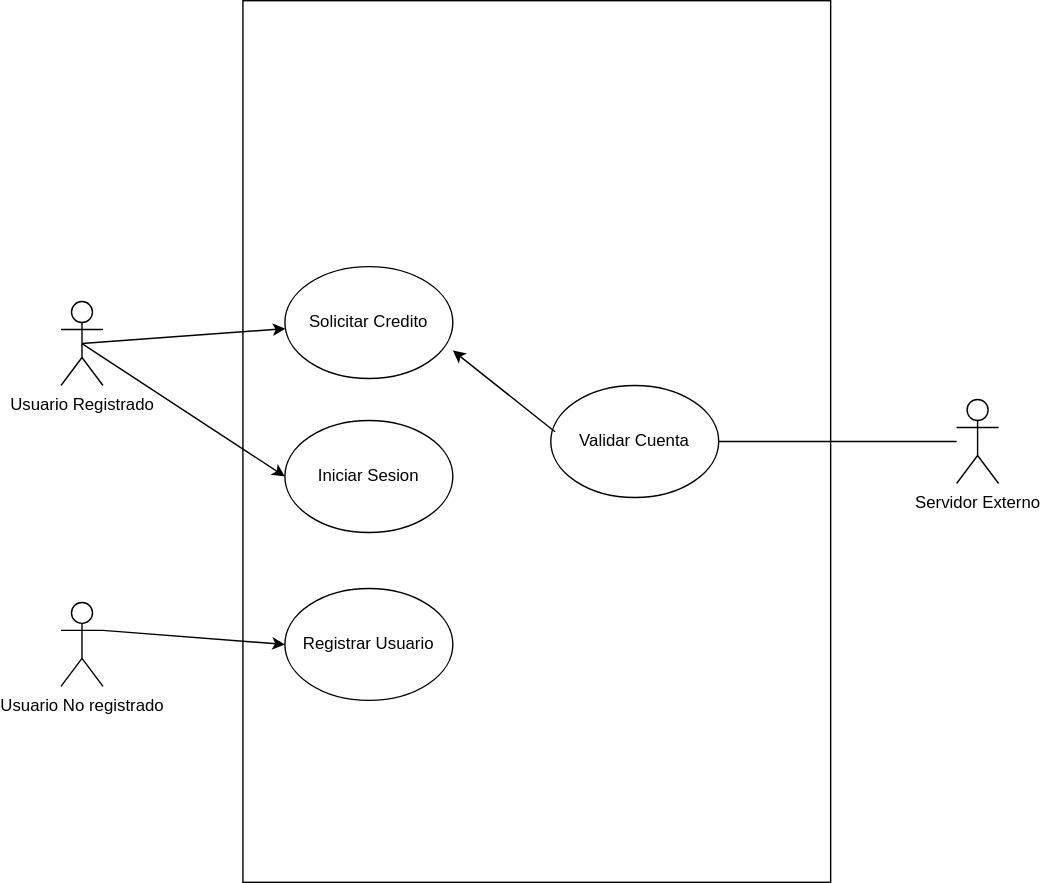
The draw.io diagram PrimeraFecha.drawio.svg in juansirai/ING1, before a commit. Source tidied: cells renumbered, new cells last; positions are measured from the earlier drawing's top-left corner, leaving out a move shared by most shapes.
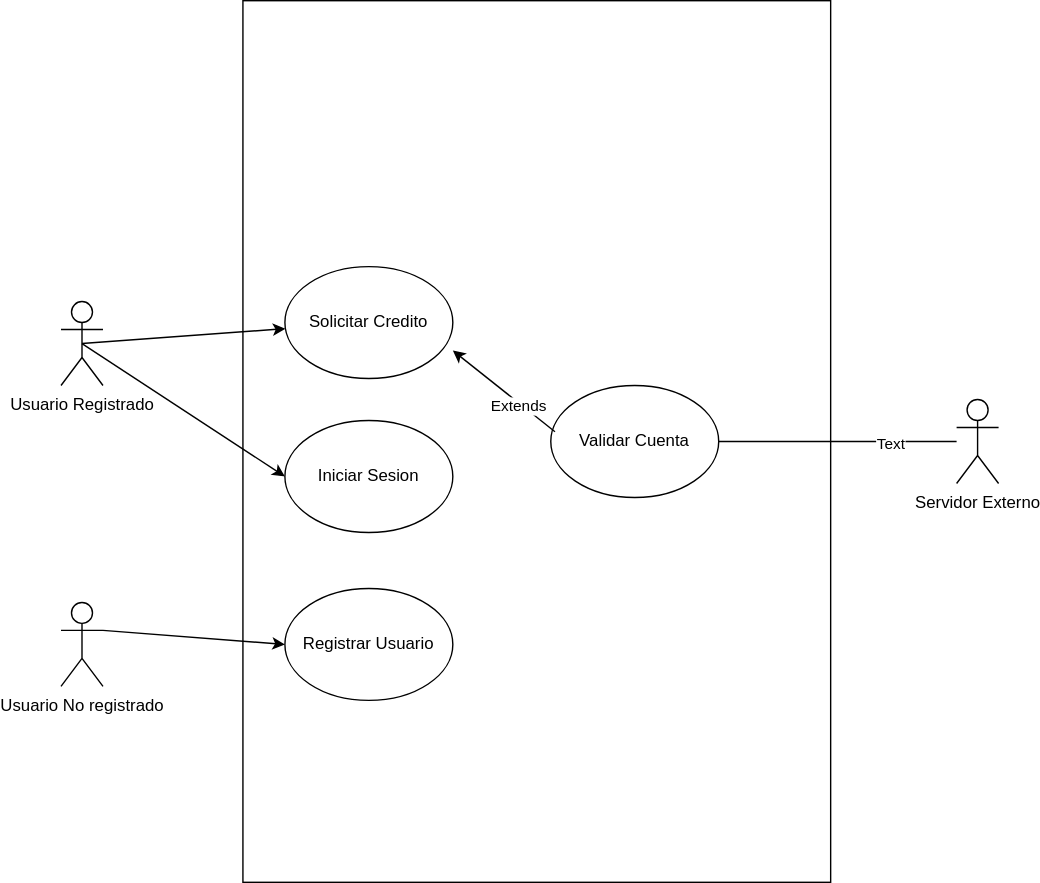
Later version of the same file.

The edit, as a diff of the source:
```diff
@@ -35,9 +35,15 @@
     <mxCell id="12" style="endArrow=none;html=1;rounded=0;entryX=1;entryY=0.5;entryDx=0;entryDy=0;" parent="1" edge="1" source="11" target="6">
       <mxGeometry relative="1" as="geometry" />
     </mxCell>
+    <mxCell id="15" value="Text" style="edgeLabel;html=1;align=center;verticalAlign=middle;" parent="12" vertex="1">
+      <mxGeometry x="-0.44" y="1" relative="1" as="geometry" />
+    </mxCell>
     <mxCell id="13" style="endArrow=classic;html=1;rounded=0;exitX=0.025;exitY=0.413;exitDx=0;exitDy=0;entryX=1;entryY=0.75;entryDx=0;entryDy=0;exitPerimeter=0;entryPerimeter=0;" parent="1" edge="1" source="6" target="5">
       <mxGeometry relative="1" as="geometry" />
     </mxCell>
+    <mxCell id="16" value="Extends" style="edgeLabel;html=1;align=center;verticalAlign=middle;" parent="13" vertex="1">
+      <mxGeometry x="-0.32" y="2" relative="1" as="geometry" />
+    </mxCell>
     <mxCell id="14" style="endArrow=classic;html=1;rounded=0;exitX=1;exitY=0.3333333333333333;exitDx=0;exitDy=0;exitPerimeter=0;entryX=0;entryY=0.5;entryDx=0;entryDy=0;" parent="1" edge="1" source="8" target="3">
       <mxGeometry relative="1" as="geometry" />
     </mxCell>
```
